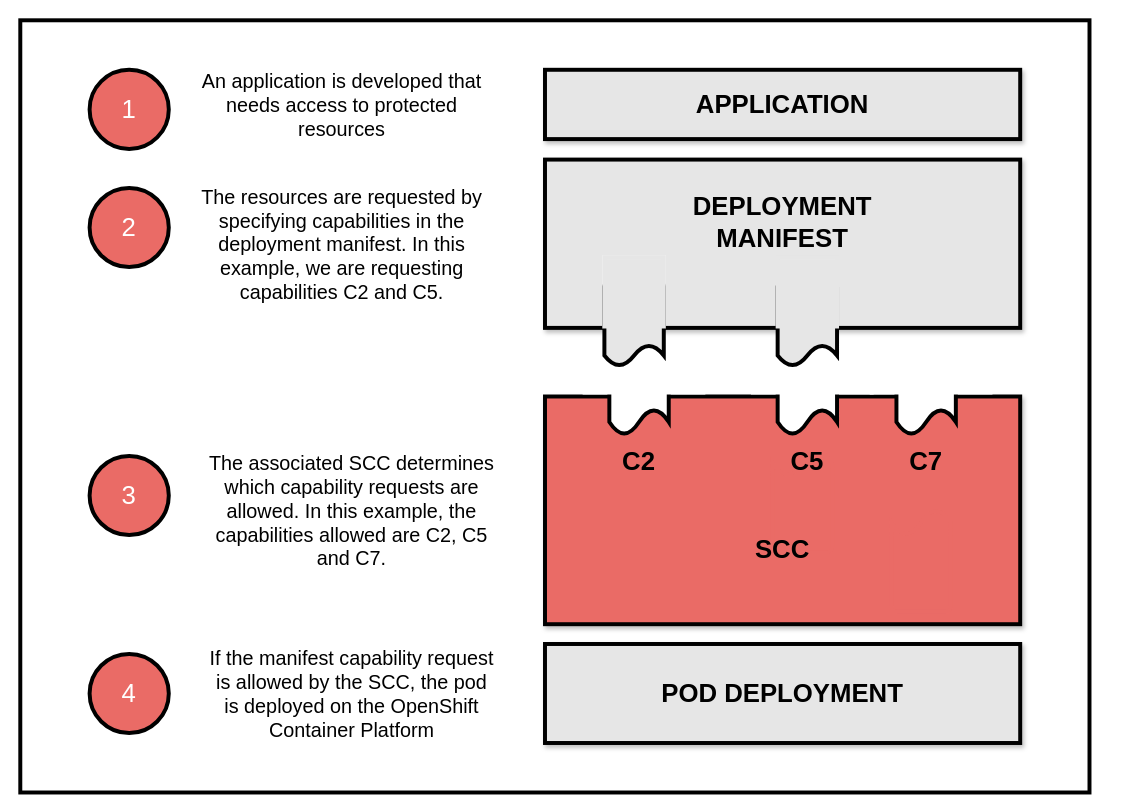
tt-isv-org/scc keeps this draw.io diagram as page "capabilities" (6 of 8) of article-intro/images/detailed-flow.drawio. Above is the earlier version. Source tidied: cells renumbered, new cells numbered last; positions are measured from the earlier drawing's top-left corner, leaving out a move shared by most shapes. Both pictures are drawn from the tidied source at 99%, with x=0, y=0 at pixel (20, 20).
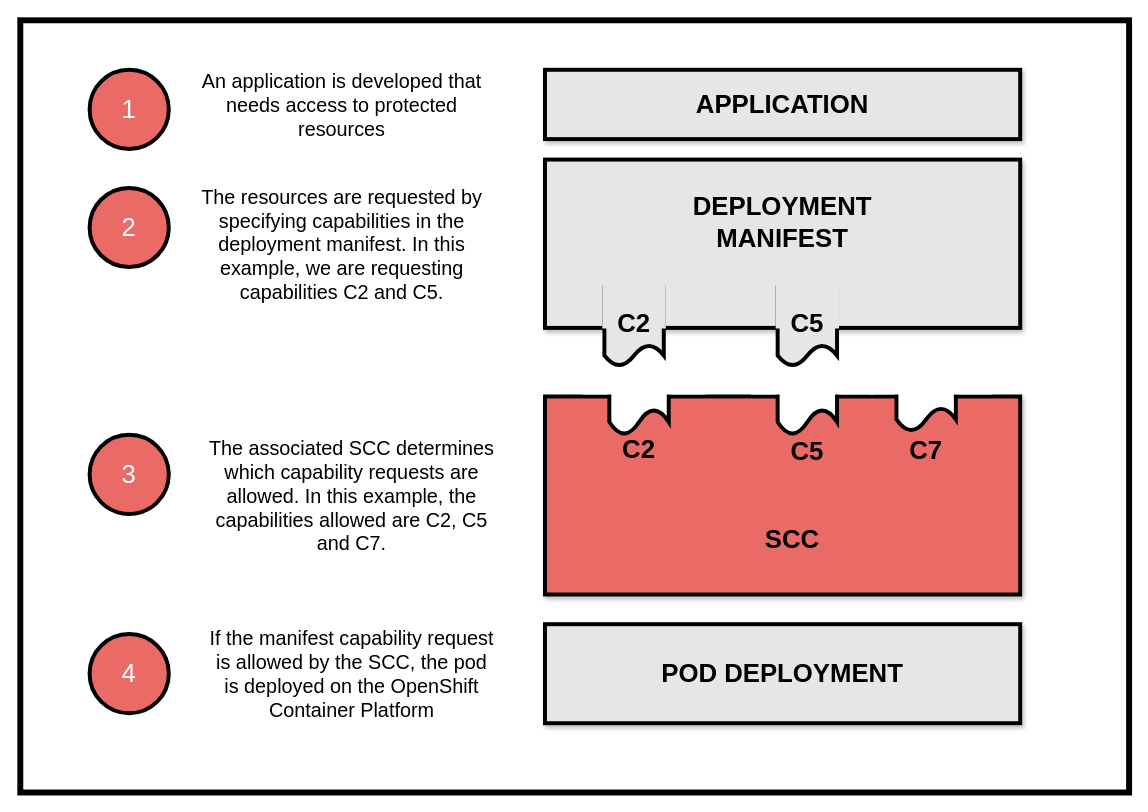
The same page after the edit.

The change refers to these unchanged cells:
```xml
<mxCell id="12" style="group;" parent="1" vertex="1">
  <mxGeometry x="760" y="260" width="110" height="310" as="geometry" />
</mxCell>
```

The edit, as a diff of the source:
```diff
@@
-    <mxCell id="2" style="rounded=0;whiteSpace=wrap;html=1;shadow=0;glass=0;strokeWidth=4;fillColor=#FFFFFF;fontSize=20;fontColor=#000000;" parent="1" vertex="1">
-      <mxGeometry width="1080" height="780" as="geometry" />
+    <mxCell id="2" style="rounded=0;whiteSpace=wrap;html=1;shadow=0;glass=0;strokeWidth=6;fillColor=#FFFFFF;fontSize=20;fontColor=#000000;" parent="1" vertex="1">
+      <mxGeometry width="1120" height="780" as="geometry" />
     </mxCell>
@@
     <mxCell id="5" value="3" style="ellipse;whiteSpace=wrap;html=1;rounded=0;shadow=0;glass=0;strokeColor=#000000;strokeWidth=4;fillColor=#EA6B66;fontSize=26;fontColor=#FFFFFF;" parent="1" vertex="1">
-      <mxGeometry x="70" y="440" width="80" height="80" as="geometry" />
+      <mxGeometry x="70" y="418.6" width="80" height="80" as="geometry" />
     </mxCell>
@@
     <mxCell id="7" value="&lt;br style=&quot;font-size: 26px&quot;&gt;&lt;br&gt;&lt;br&gt;&lt;br&gt;" style="rounded=0;whiteSpace=wrap;html=1;shadow=1;glass=0;strokeWidth=4;fontSize=26;fillColor=#EA6B66;labelPosition=center;verticalLabelPosition=middle;align=center;verticalAlign=middle;fontColor=#FFFFFF;fontStyle=1;" parent="1" vertex="1">
-      <mxGeometry x="530" y="380" width="480" height="230" as="geometry" />
+      <mxGeometry x="530" y="380" width="480" height="200" as="geometry" />
     </mxCell>
     <mxCell id="8" style="group;" parent="1" vertex="1">
-      <mxGeometry x="880" y="320" width="70" height="227.1" as="geometry" />
+      <mxGeometry x="880" y="330" width="70" height="240" as="geometry" />
     </mxCell>
     <mxCell id="9" style="strokeWidth=4;html=1;shape=mxgraph.flowchart.document2;whiteSpace=wrap;size=0.25;rounded=0;shadow=0;glass=0;fillColor=#FFFFFF;fontSize=20;fontColor=#FFFFFF;perimeterSpacing=4;" parent="8" vertex="1">
-      <mxGeometry x="5" y="-4.3" width="60" height="102.9" as="geometry" />
+      <mxGeometry x="5" y="-10" width="60" height="95.1" as="geometry" />
     </mxCell>
     <mxCell id="10" style="strokeWidth=4;html=1;shape=mxgraph.flowchart.document2;whiteSpace=wrap;size=0.25;rounded=0;shadow=0;glass=0;fontSize=20;fontColor=#FFFFFF;direction=west;fillColor=#EA6B66;perimeterSpacing=4;strokeColor=#EA6B66;" parent="8" vertex="1">
-      <mxGeometry y="174.3" width="60" height="102.9" as="geometry" />
+      <mxGeometry y="161.1" width="60" height="78.9" as="geometry" />
     </mxCell>
     <mxCell id="11" value="&lt;b style=&quot;color: rgb(0 , 0 , 0)&quot;&gt;C7&lt;/b&gt;" style="text;html=1;strokeColor=none;fillColor=none;align=center;verticalAlign=middle;whiteSpace=wrap;rounded=0;shadow=0;glass=0;fontSize=26;fontColor=#FFFFFF;" parent="8" vertex="1">
-      <mxGeometry y="110" width="70" height="31.4" as="geometry" />
+      <mxGeometry y="90.9" width="70" height="29.1" as="geometry" />
     </mxCell>
@@
     <mxCell id="15" value="&lt;b style=&quot;color: rgb(0 , 0 , 0)&quot;&gt;C5&lt;/b&gt;" style="text;html=1;strokeColor=none;fillColor=none;align=center;verticalAlign=middle;whiteSpace=wrap;rounded=0;shadow=0;glass=0;fontSize=26;fontColor=#FFFFFF;" parent="12" vertex="1">
-      <mxGeometry y="170" width="70" height="31.4" as="geometry" />
+      <mxGeometry y="160" width="70" height="31.4" as="geometry" />
     </mxCell>
@@
     <mxCell id="17" value="&lt;b style=&quot;color: rgb(0 , 0 , 0)&quot;&gt;SCC&lt;/b&gt;" style="text;html=1;strokeColor=none;fillColor=none;align=center;verticalAlign=middle;whiteSpace=wrap;rounded=0;shadow=0;glass=0;fontSize=26;fontColor=#FFFFFF;" parent="12" vertex="1">
-      <mxGeometry x="-90" y="240" width="200" height="70" as="geometry" />
+      <mxGeometry x="-80" y="230" width="200" height="70" as="geometry" />
     </mxCell>
@@
     <mxCell id="20" value="&lt;b style=&quot;color: rgb(0 , 0 , 0)&quot;&gt;C2&lt;/b&gt;" style="text;html=1;strokeColor=none;fillColor=none;align=center;verticalAlign=middle;whiteSpace=wrap;rounded=0;shadow=0;glass=0;fontSize=26;fontColor=#FFFFFF;" parent="1" vertex="1">
-      <mxGeometry x="590" y="430" width="70" height="31.4" as="geometry" />
+      <mxGeometry x="590" y="418.6" width="70" height="31.4" as="geometry" />
     </mxCell>
@@
     <mxCell id="31" value="The associated SCC determines which capability requests are allowed. In this example, the capabilities allowed are C2, C5 and C7." style="text;html=1;strokeColor=none;fillColor=none;align=center;verticalAlign=middle;whiteSpace=wrap;rounded=0;shadow=0;glass=0;fontSize=20;" parent="1" vertex="1">
-      <mxGeometry x="190" y="430" width="290" height="130" as="geometry" />
+      <mxGeometry x="190" y="415" width="290" height="130" as="geometry" />
     </mxCell>
     <mxCell id="32" value="POD DEPLOYMENT" style="rounded=0;whiteSpace=wrap;html=1;shadow=1;glass=0;strokeColor=#000000;strokeWidth=4;fontSize=26;fontStyle=1;fillColor=#E6E6E6;" parent="1" vertex="1">
-      <mxGeometry x="530" y="630" width="480" height="100" as="geometry" />
+      <mxGeometry x="530" y="610" width="480" height="100" as="geometry" />
     </mxCell>
     <mxCell id="33" value="4" style="ellipse;whiteSpace=wrap;html=1;rounded=0;shadow=0;glass=0;strokeColor=#000000;strokeWidth=4;fillColor=#EA6B66;fontSize=26;fontColor=#FFFFFF;" parent="1" vertex="1">
-      <mxGeometry x="70" y="640" width="80" height="80" as="geometry" />
+      <mxGeometry x="70" y="620" width="80" height="80" as="geometry" />
     </mxCell>
     <mxCell id="34" value="If the manifest capability request is allowed by the SCC, the pod is deployed on the OpenShift Container Platform" style="text;html=1;strokeColor=none;fillColor=none;align=center;verticalAlign=middle;whiteSpace=wrap;rounded=0;shadow=0;glass=0;fontSize=20;" parent="1" vertex="1">
-      <mxGeometry x="190" y="615" width="290" height="130" as="geometry" />
+      <mxGeometry x="190" y="595" width="290" height="130" as="geometry" />
     </mxCell>
+    <mxCell id="35" value="&lt;b style=&quot;color: rgb(0 , 0 , 0)&quot;&gt;C2&lt;/b&gt;" style="text;html=1;strokeColor=none;fillColor=none;align=center;verticalAlign=middle;whiteSpace=wrap;rounded=0;shadow=0;glass=0;fontSize=26;fontColor=#FFFFFF;" parent="1" vertex="1">
+      <mxGeometry x="585" y="290.7" width="70" height="31.4" as="geometry" />
+    </mxCell>
+    <mxCell id="36" value="&lt;b style=&quot;color: rgb(0 , 0 , 0)&quot;&gt;C5&lt;/b&gt;" style="text;html=1;strokeColor=none;fillColor=none;align=center;verticalAlign=middle;whiteSpace=wrap;rounded=0;shadow=0;glass=0;fontSize=26;fontColor=#FFFFFF;" parent="1" vertex="1">
+      <mxGeometry x="760" y="290.7" width="70" height="31.4" as="geometry" />
+    </mxCell>
```
